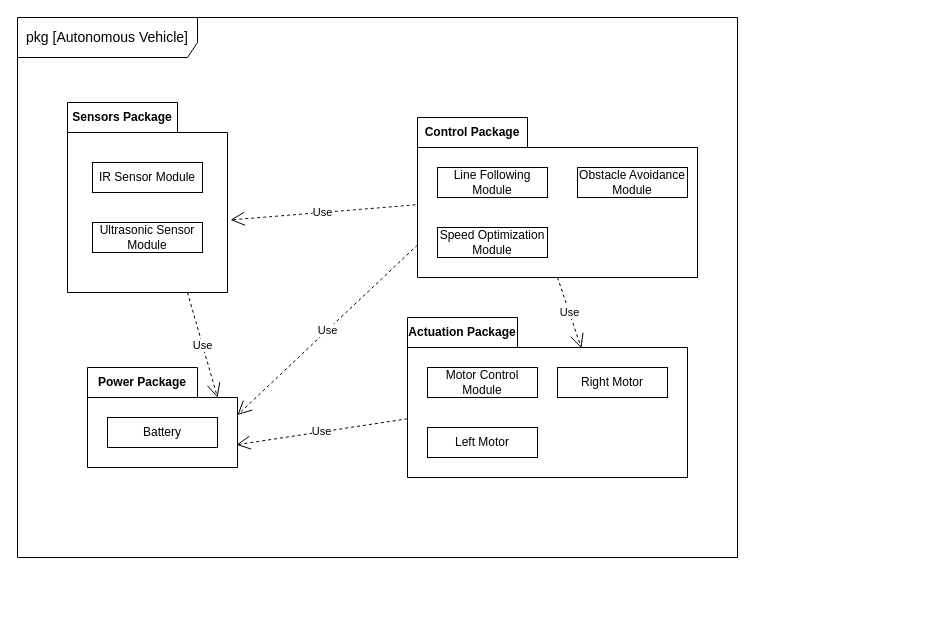
Above: SYSML Diagrams/Draw.io Source Files/Autonomous Vehicle Pkg diagram.drawio in ali-imara/Autonomous-Vehicle (draw.io), before the change. Source tidied: cells renumbered, new cells numbered last; positions are measured from the earlier drawing's top-left corner, leaving out a move shared by most shapes. Both pictures are drawn from the tidied source at 100%, with x=0, y=0 at pixel (17, 17).
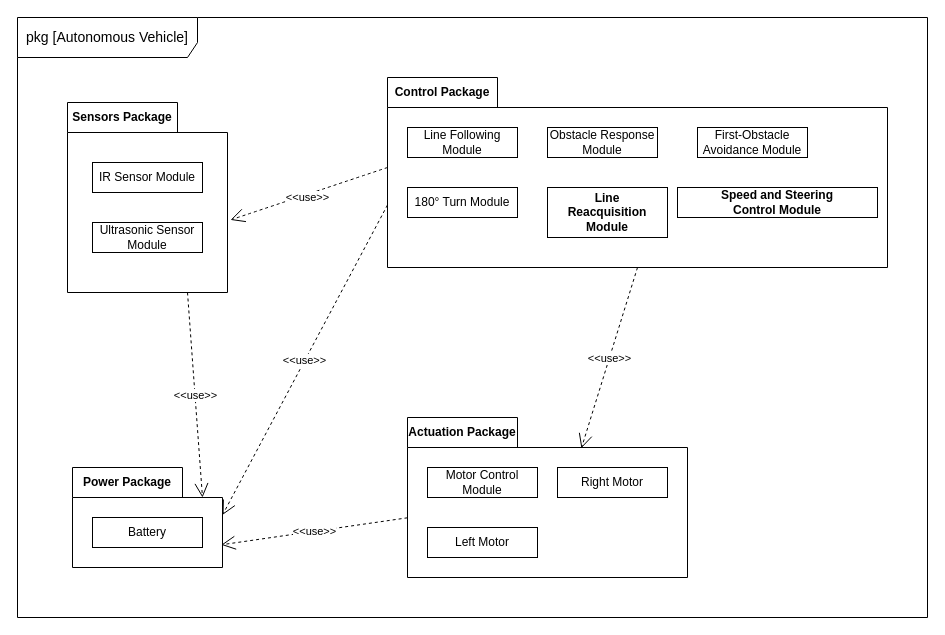
The same page after the edit.

The change refers to these unchanged cells:
```xml
<mxCell id="12" value="Sensors Package" style="shape=folder;fontStyle=1;tabWidth=110;tabHeight=30;tabPosition=left;html=1;boundedLbl=1;labelInHeader=1;whiteSpace=wrap;" parent="1" vertex="1">
  <mxGeometry x="50" y="85" width="160" height="190" as="geometry" />
</mxCell>
```

Diff of the diagram source:
```diff
@@
     <mxCell id="2" value="Power Package" style="shape=folder;fontStyle=1;tabWidth=110;tabHeight=30;tabPosition=left;html=1;boundedLbl=1;labelInHeader=1;whiteSpace=wrap;" parent="1" vertex="1">
-      <mxGeometry x="70" y="350" width="150" height="100" as="geometry" />
+      <mxGeometry x="55" y="450" width="150" height="100" as="geometry" />
     </mxCell>
@@
     <mxCell id="4" value="Control Package" style="shape=folder;fontStyle=1;tabWidth=110;tabHeight=30;tabPosition=left;html=1;boundedLbl=1;labelInHeader=1;whiteSpace=wrap;" parent="1" vertex="1">
-      <mxGeometry x="400" y="100" width="280" height="160" as="geometry" />
+      <mxGeometry x="370" y="60" width="500" height="190" as="geometry" />
     </mxCell>
@@
-    <mxCell id="6" value="Obstacle Avoidance Module" style="html=1;whiteSpace=wrap;" parent="4" vertex="1">
+    <mxCell id="6" value="Obstacle Response Module" style="html=1;whiteSpace=wrap;" parent="4" vertex="1">
       <mxGeometry x="160" y="50" width="110" height="30" as="geometry" />
     </mxCell>
-    <mxCell id="7" value="Speed Optimization Module" style="html=1;whiteSpace=wrap;" parent="4" vertex="1">
-      <mxGeometry x="20" y="110" width="110" height="30" as="geometry" />
+    <mxCell id="7" value="&lt;blockquote&gt;&lt;p class=&quot;PDq2pG_selectionAnchorContainer&quot;&gt;&lt;strong&gt;Speed and Steering Control Module&lt;/strong&gt;&lt;/p&gt;&lt;/blockquote&gt;&lt;p&gt;&lt;/p&gt;" style="html=1;whiteSpace=wrap;" parent="4" vertex="1">
+      <mxGeometry x="290" y="110" width="200" height="30" as="geometry" />
     </mxCell>
+    <mxCell id="21" value="First-Obstacle Avoidance Module" style="html=1;whiteSpace=wrap;" parent="4" vertex="1">
+      <mxGeometry x="310" y="50" width="110" height="30" as="geometry" />
+    </mxCell>
+    <mxCell id="22" value="180° Turn Module" style="html=1;whiteSpace=wrap;" parent="4" vertex="1">
+      <mxGeometry x="20" y="110" width="110" height="30" as="geometry" />
+    </mxCell>
+    <mxCell id="23" value="&lt;blockquote&gt;&lt;p class=&quot;PDq2pG_selectionAnchorContainer&quot;&gt;&lt;strong&gt;Line Reacquisition Module&lt;/strong&gt;&lt;/p&gt;&lt;/blockquote&gt;&lt;p&gt;&lt;/p&gt;" style="html=1;whiteSpace=wrap;" parent="4" vertex="1">
+      <mxGeometry x="160" y="110" width="120" height="50" as="geometry" />
+    </mxCell>
     <mxCell id="8" value="Actuation Package" style="shape=folder;fontStyle=1;tabWidth=110;tabHeight=30;tabPosition=left;html=1;boundedLbl=1;labelInHeader=1;whiteSpace=wrap;" parent="1" vertex="1">
-      <mxGeometry x="390" y="300" width="280" height="160" as="geometry" />
+      <mxGeometry x="390" y="400" width="280" height="160" as="geometry" />
     </mxCell>
@@
-    <mxCell id="15" value="Use" style="endArrow=open;endSize=12;dashed=1;html=1;rounded=0;entryX=0.992;entryY=0.773;entryDx=0;entryDy=0;entryPerimeter=0;" parent="1" edge="1" source="8" target="2">
+    <mxCell id="15" value="&amp;lt;&amp;lt;use&amp;gt;&amp;gt;" style="endArrow=open;endSize=12;dashed=1;html=1;rounded=0;entryX=0.992;entryY=0.773;entryDx=0;entryDy=0;entryPerimeter=0;" parent="1" edge="1" source="8" target="2">
       <mxGeometry relative="1" as="geometry" />
     </mxCell>
-    <mxCell id="16" value="Use" style="endArrow=open;endSize=12;dashed=1;html=1;rounded=0;exitX=-0.007;exitY=0.546;exitDx=0;exitDy=0;exitPerimeter=0;entryX=1.019;entryY=0.618;entryDx=0;entryDy=0;entryPerimeter=0;curved=1;" parent="1" edge="1" source="4" target="12">
-      <mxGeometry relative="1" as="geometry" />
+    <mxCell id="16" value="&amp;lt;&amp;lt;use&amp;gt;&amp;gt;" style="endArrow=open;endSize=12;dashed=1;html=1;rounded=0;entryX=1.019;entryY=0.618;entryDx=0;entryDy=0;entryPerimeter=0;curved=1;" parent="1" edge="1" target="12">
+      <mxGeometry x="0.03" y="3" relative="1" as="geometry">
+        <mxPoint x="370" y="150" as="sourcePoint" />
+      </mxGeometry>
     </mxCell>
-    <mxCell id="17" value="Use" style="endArrow=open;endSize=12;dashed=1;html=1;rounded=0;exitX=0.5;exitY=1;exitDx=0;exitDy=0;exitPerimeter=0;entryX=0.621;entryY=0.192;entryDx=0;entryDy=0;entryPerimeter=0;" parent="1" edge="1" source="4" target="8">
+    <mxCell id="17" value="&amp;lt;&amp;lt;use&amp;gt;&amp;gt;" style="endArrow=open;endSize=12;dashed=1;html=1;rounded=0;exitX=0.5;exitY=1;exitDx=0;exitDy=0;exitPerimeter=0;entryX=0.621;entryY=0.192;entryDx=0;entryDy=0;entryPerimeter=0;" parent="1" edge="1" source="4" target="8">
       <mxGeometry relative="1" as="geometry" />
     </mxCell>
-    <mxCell id="18" value="Use" style="endArrow=open;endSize=12;dashed=1;html=1;rounded=0;exitX=0;exitY=0;exitDx=0;exitDy=127.5;exitPerimeter=0;entryX=0;entryY=0;entryDx=150;entryDy=47.5;entryPerimeter=0;" parent="1" edge="1" source="4" target="2">
+    <mxCell id="18" value="&amp;lt;&amp;lt;use&amp;gt;&amp;gt;" style="endArrow=open;endSize=12;dashed=1;html=1;rounded=0;exitX=0;exitY=0;exitDx=0;exitDy=127.5;exitPerimeter=0;entryX=0;entryY=0;entryDx=150;entryDy=47.5;entryPerimeter=0;" parent="1" edge="1" source="4" target="2">
       <mxGeometry relative="1" as="geometry" />
     </mxCell>
-    <mxCell id="19" value="Use" style="endArrow=open;endSize=12;dashed=1;html=1;rounded=0;exitX=0.75;exitY=1;exitDx=0;exitDy=0;exitPerimeter=0;entryX=0;entryY=0;entryDx=130;entryDy=30;entryPerimeter=0;" parent="1" edge="1" source="12" target="2">
+    <mxCell id="19" value="&amp;lt;&amp;lt;use&amp;gt;&amp;gt;" style="endArrow=open;endSize=12;dashed=1;html=1;rounded=0;exitX=0.75;exitY=1;exitDx=0;exitDy=0;exitPerimeter=0;entryX=0;entryY=0;entryDx=130;entryDy=30;entryPerimeter=0;" parent="1" edge="1" source="12" target="2">
       <mxGeometry relative="1" as="geometry" />
     </mxCell>
     <mxCell id="20" value="&lt;font style=&quot;font-size: 14px;&quot;&gt;pkg [Autonomous Vehicle]&lt;/font&gt;" style="shape=umlFrame;whiteSpace=wrap;html=1;width=180;height=40;" parent="1" vertex="1">
-      <mxGeometry width="720" height="540" as="geometry" />
+      <mxGeometry width="910" height="600" as="geometry" />
     </mxCell>
```
